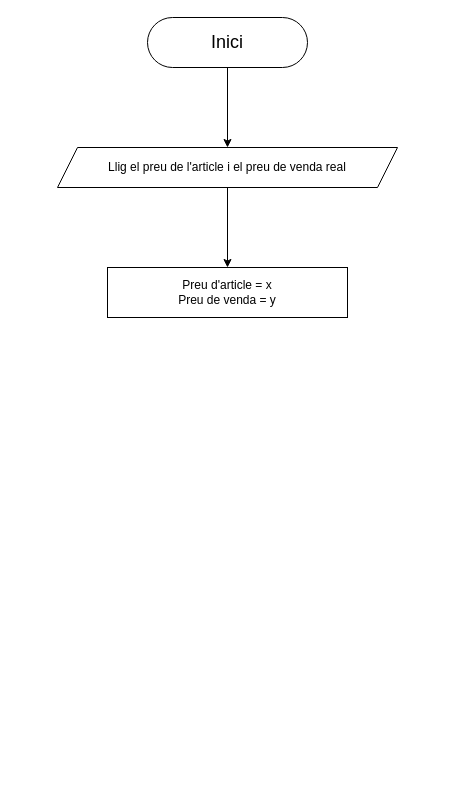
Before: Programacion/Diagrama_flux/ex6.drawio in edav03/1DAW, a draw.io diagram. Source tidied: cells renumbered, new cells numbered last; positions are measured from the earlier drawing's top-left corner, leaving out a move shared by most shapes. Both pictures are drawn from the tidied source at 100%, with x=0, y=0 at pixel (57, 17).
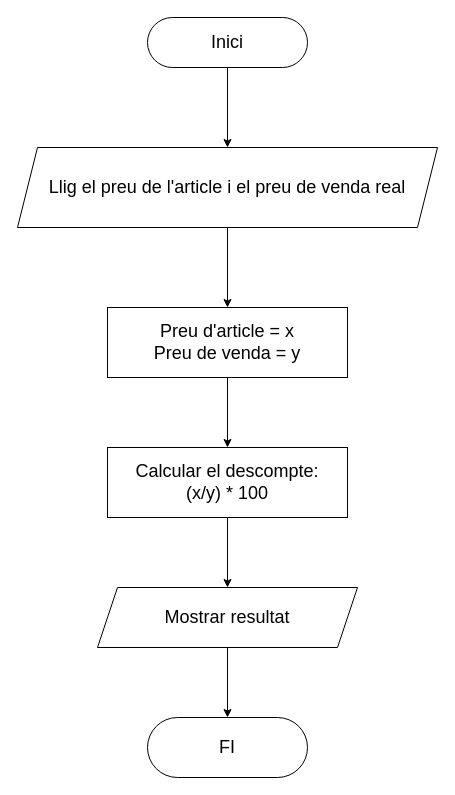
Above is the later version.

The edit, as a diff of the source:
```diff
@@
 <mxGraphModel>
   <root>
     <mxCell id="0" />
     <mxCell id="1" parent="0" />
     <mxCell id="2" value="&lt;font style=&quot;font-size: 18px&quot;&gt;Inici&lt;/font&gt;" style="rounded=1;whiteSpace=wrap;html=1;arcSize=50;" parent="1" vertex="1">
       <mxGeometry x="90" width="160" height="50" as="geometry" />
     </mxCell>
     <mxCell id="3" style="endArrow=classic;html=1;exitX=0.5;exitY=1;exitDx=0;exitDy=0;" parent="1" edge="1" source="2">
       <mxGeometry relative="1" as="geometry">
         <mxPoint x="170" y="130" as="targetPoint" />
       </mxGeometry>
     </mxCell>
+    <mxCell id="7" style="edgeStyle=orthogonalEdgeStyle;rounded=0;jettySize=auto;html=1;entryX=0.5;entryY=0;entryDx=0;entryDy=0;" parent="1" edge="1" source="4" target="6">
+      <mxGeometry relative="1" as="geometry" />
+    </mxCell>
-    <mxCell id="4" value="Llig el preu de l'article i el preu de venda real" style="shape=parallelogram;perimeter=parallelogramPerimeter;whiteSpace=wrap;html=1;fixedSize=1;" parent="1" vertex="1">
-      <mxGeometry y="130" width="340" height="40" as="geometry" />
+    <mxCell id="4" value="&lt;font style=&quot;font-size: 18px&quot;&gt;Llig el preu de l'article i el preu de venda real&lt;/font&gt;" style="shape=parallelogram;perimeter=parallelogramPerimeter;whiteSpace=wrap;html=1;fixedSize=1;" parent="1" vertex="1">
+      <mxGeometry x="-40" y="130" width="420" height="80" as="geometry" />
     </mxCell>
-    <mxCell id="5" style="endArrow=classic;html=1;exitX=0.5;exitY=1;exitDx=0;exitDy=0;" parent="1" edge="1" source="4">
-      <mxGeometry relative="1" as="geometry">
-        <mxPoint x="170" y="250" as="targetPoint" />
-      </mxGeometry>
-    </mxCell>
+    <mxCell id="8" style="edgeStyle=orthogonalEdgeStyle;rounded=0;jettySize=auto;html=1;" parent="1" edge="1" source="6" target="10">
+      <mxGeometry relative="1" as="geometry" />
+    </mxCell>
-    <mxCell id="6" value="Preu d'article = x&lt;br&gt;Preu de venda = y" style="rounded=0;whiteSpace=wrap;html=1;" parent="1" vertex="1">
-      <mxGeometry x="50" y="250" width="240" height="50" as="geometry" />
+    <mxCell id="6" value="&lt;font style=&quot;font-size: 18px&quot;&gt;Preu d'article = x&lt;br&gt;Preu de venda = y&lt;/font&gt;" style="rounded=0;whiteSpace=wrap;html=1;" parent="1" vertex="1">
+      <mxGeometry x="50" y="290" width="240" height="70" as="geometry" />
     </mxCell>
+    <mxCell id="9" style="edgeStyle=orthogonalEdgeStyle;rounded=0;jettySize=auto;html=1;entryX=0.5;entryY=0;entryDx=0;entryDy=0;" parent="1" edge="1" source="10" target="12">
+      <mxGeometry relative="1" as="geometry" />
+    </mxCell>
+    <mxCell id="10" value="&lt;font style=&quot;font-size: 18px&quot;&gt;Calcular el descompte:&lt;br&gt;(x/y) * 100&lt;br&gt;&lt;/font&gt;" style="rounded=0;whiteSpace=wrap;html=1;" parent="1" vertex="1">
+      <mxGeometry x="50" y="430" width="240" height="70" as="geometry" />
+    </mxCell>
+    <mxCell id="11" style="edgeStyle=orthogonalEdgeStyle;rounded=0;jettySize=auto;html=1;" parent="1" edge="1" source="12" target="13">
+      <mxGeometry relative="1" as="geometry" />
+    </mxCell>
+    <mxCell id="12" value="&lt;font style=&quot;font-size: 18px&quot;&gt;Mostrar resultat&lt;/font&gt;" style="shape=parallelogram;perimeter=parallelogramPerimeter;whiteSpace=wrap;html=1;fixedSize=1;" parent="1" vertex="1">
+      <mxGeometry x="40" y="570" width="260" height="60" as="geometry" />
+    </mxCell>
+    <mxCell id="13" value="&lt;font style=&quot;font-size: 18px&quot;&gt;FI&lt;/font&gt;" style="rounded=1;whiteSpace=wrap;html=1;arcSize=50;" parent="1" vertex="1">
+      <mxGeometry x="90" y="700" width="160" height="60" as="geometry" />
+    </mxCell>
   </root>
 </mxGraphModel>
```
